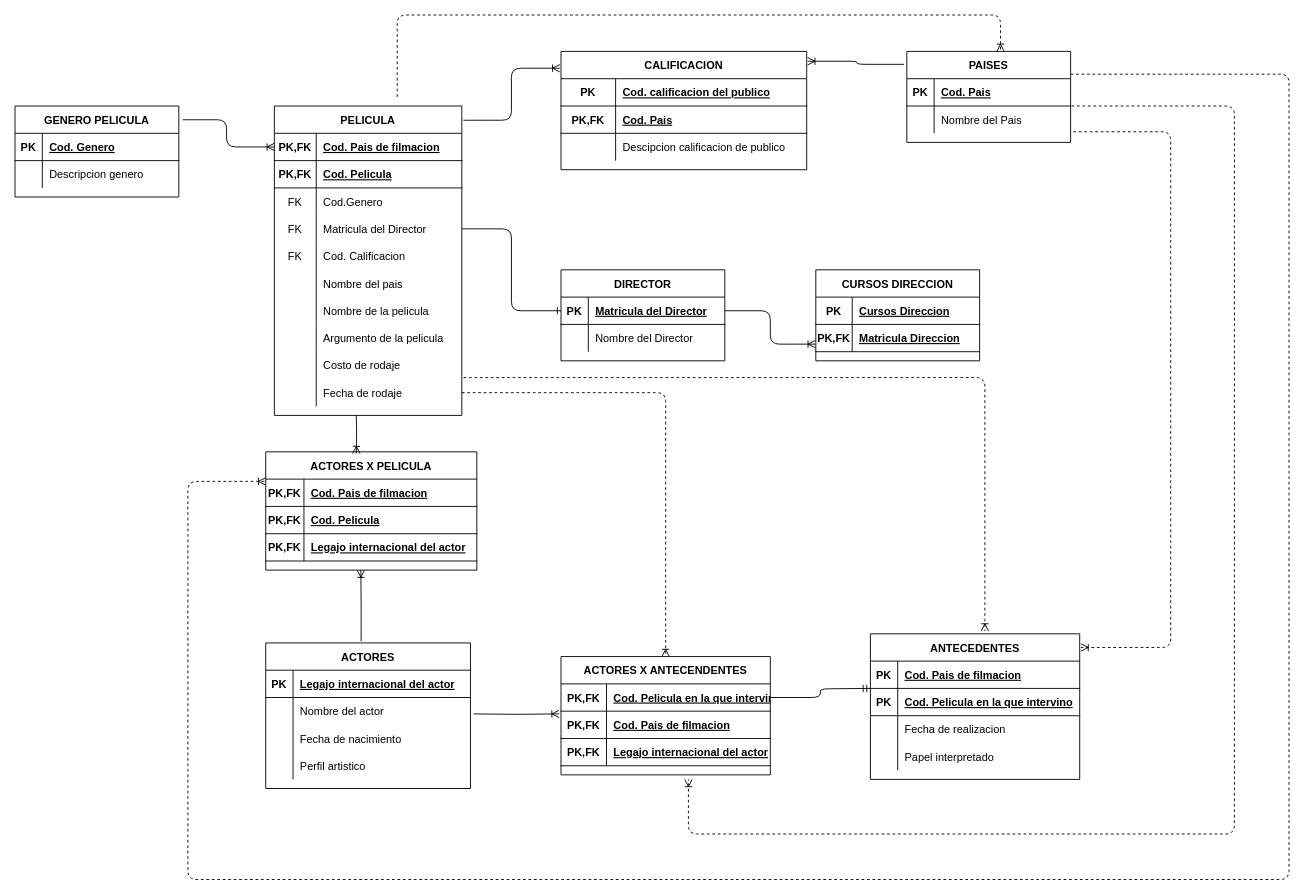
Earlier version of the draw.io diagram TPIII_Peliculas/DER.drawio (FedericoRocca/DyADDBB_1erCuatrimestre_2021). Source tidied: cells renumbered, new cells numbered last; positions are measured from the earlier drawing's top-left corner, leaving out a move shared by most shapes. Both pictures are drawn from the tidied source at 91%, with x=0, y=0 at pixel (15, 15).
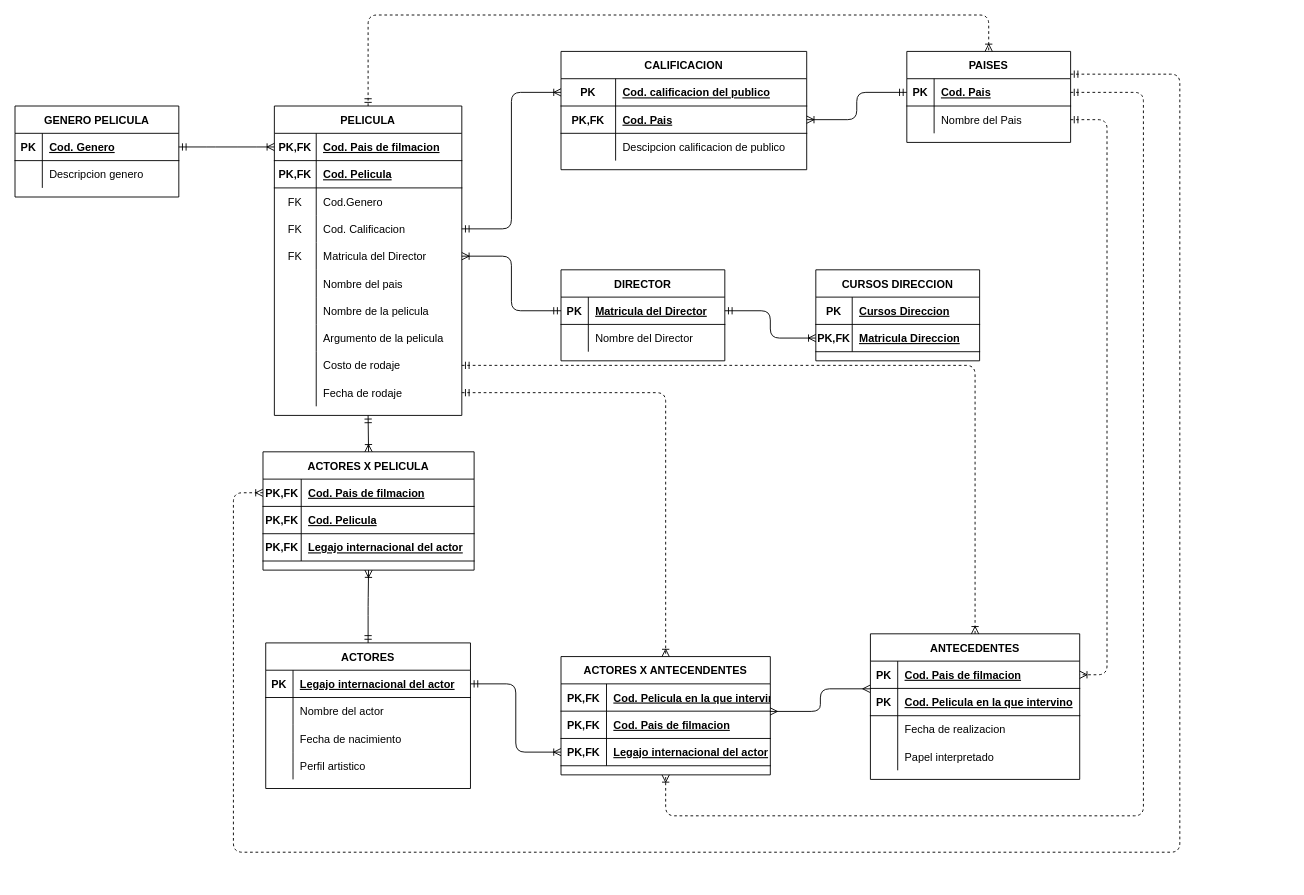
After the change.

Commit message:
Se corrigen relaciones en DER

The change refers to these unchanged cells:
```xml
<mxCell id="2" value="PELICULA" style="shape=table;startSize=30;childLayout=tableLayout;rowLines=0;fontStyle=1;align=center;" parent="1" vertex="1">
  <mxGeometry x="285" y="100" width="206" height="340" as="geometry" />
</mxCell>
<mxCell id="3" style="shape=partialRectangle;fillColor=none;top=0;left=0;bottom=1;right=0;points=[[0,0.5],[1,0.5]];portConstraint=eastwest;" parent="2" vertex="1">
  <mxGeometry y="30" width="206" height="30" as="geometry" />
</mxCell>
<mxCell id="27" style="shape=partialRectangle;fillColor=none;top=0;left=0;bottom=0;right=0;points=[[0,0.5],[1,0.5]];portConstraint=eastwest;" parent="2" vertex="1">
  <mxGeometry y="270" width="206" height="30" as="geometry" />
</mxCell>
<mxCell id="30" style="shape=partialRectangle;fillColor=none;top=0;left=0;bottom=0;right=0;points=[[0,0.5],[1,0.5]];portConstraint=eastwest;" parent="2" vertex="1">
  <mxGeometry y="300" width="206" height="30" as="geometry" />
</mxCell>
<mxCell id="33" value="GENERO PELICULA" style="shape=table;startSize=30;childLayout=tableLayout;rowLines=0;fontStyle=1;align=center;" parent="1" vertex="1">
  <mxGeometry y="100" width="180" height="100" as="geometry" />
</mxCell>
<mxCell id="34" style="shape=partialRectangle;fillColor=none;top=0;left=0;bottom=1;right=0;points=[[0,0.5],[1,0.5]];portConstraint=eastwest;" parent="33" vertex="1">
  <mxGeometry y="30" width="180" height="30" as="geometry" />
</mxCell>
<mxCell id="42" style="shape=partialRectangle;fillColor=none;top=0;left=0;bottom=1;right=0;points=[[0,0.5],[1,0.5]];portConstraint=eastwest;" parent="41" vertex="1">
  <mxGeometry y="30" width="180" height="30" as="geometry" />
</mxCell>
<mxCell id="49" value="ACTORES" style="shape=table;startSize=30;childLayout=tableLayout;rowLines=0;fontStyle=1;align=center;" parent="1" vertex="1">
  <mxGeometry x="275.5" y="690" width="225" height="160" as="geometry" />
</mxCell>
<mxCell id="50" style="shape=partialRectangle;fillColor=none;top=0;left=0;bottom=1;right=0;points=[[0,0.5],[1,0.5]];portConstraint=eastwest;" parent="49" vertex="1">
  <mxGeometry y="30" width="225" height="30" as="geometry" />
</mxCell>
<mxCell id="63" style="shape=partialRectangle;fillColor=none;top=0;left=0;bottom=1;right=0;points=[[0,0.5],[1,0.5]];portConstraint=eastwest;" parent="62" vertex="1">
  <mxGeometry y="30" width="232" height="30" as="geometry" />
</mxCell>
<mxCell id="74" value="ACTORES X ANTECENDENTES" style="shape=table;startSize=30;childLayout=tableLayout;rowLines=0;fontStyle=1;align=center;" parent="1" vertex="1">
  <mxGeometry x="600" y="705" width="230" height="130" as="geometry" />
</mxCell>
<mxCell id="75" style="shape=partialRectangle;fillColor=none;top=0;left=0;bottom=1;right=0;points=[[0,0.5],[1,0.5]];portConstraint=eastwest;" parent="74" vertex="1">
  <mxGeometry y="30" width="230" height="30" as="geometry" />
</mxCell>
<mxCell id="78" style="shape=partialRectangle;fillColor=none;top=0;left=0;bottom=1;right=0;points=[[0,0.5],[1,0.5]];portConstraint=eastwest;" parent="74" vertex="1">
  <mxGeometry y="60" width="230" height="30" as="geometry" />
</mxCell>
<mxCell id="81" style="shape=partialRectangle;fillColor=none;top=0;left=0;bottom=1;right=0;points=[[0,0.5],[1,0.5]];portConstraint=eastwest;" parent="74" vertex="1">
  <mxGeometry y="90" width="230" height="30" as="geometry" />
</mxCell>
<mxCell id="85" value="ANTECEDENTES" style="shape=table;startSize=30;childLayout=tableLayout;rowLines=0;fontStyle=1;align=center;" parent="1" vertex="1">
  <mxGeometry x="940" y="680" width="230" height="160" as="geometry" />
</mxCell>
<mxCell id="86" style="shape=partialRectangle;fillColor=none;top=0;left=0;bottom=1;right=0;points=[[0,0.5],[1,0.5]];portConstraint=eastwest;" parent="85" vertex="1">
  <mxGeometry y="30" width="230" height="30" as="geometry" />
</mxCell>
<mxCell id="99" value="CALIFICACION" style="shape=table;startSize=30;childLayout=tableLayout;rowLines=0;fontStyle=1;align=center;" parent="1" vertex="1">
  <mxGeometry x="600" y="40" width="270" height="130" as="geometry" />
</mxCell>
<mxCell id="100" style="shape=partialRectangle;fillColor=none;top=0;left=0;bottom=1;right=0;points=[[0,0.5],[1,0.5]];portConstraint=eastwest;" parent="99" vertex="1">
  <mxGeometry y="30" width="270" height="30" as="geometry" />
</mxCell>
<mxCell id="103" style="shape=partialRectangle;fillColor=none;top=0;left=0;bottom=1;right=0;points=[[0,0.5],[1,0.5]];portConstraint=eastwest;" parent="99" vertex="1">
  <mxGeometry y="60" width="270" height="30" as="geometry" />
</mxCell>
<mxCell id="109" value="PAISES" style="shape=table;startSize=30;childLayout=tableLayout;rowLines=0;fontStyle=1;align=center;" parent="1" vertex="1">
  <mxGeometry x="980" y="40" width="180" height="100" as="geometry" />
</mxCell>
<mxCell id="110" style="shape=partialRectangle;fillColor=none;top=0;left=0;bottom=1;right=0;points=[[0,0.5],[1,0.5]];portConstraint=eastwest;" parent="109" vertex="1">
  <mxGeometry y="30" width="180" height="30" as="geometry" />
</mxCell>
<mxCell id="113" style="shape=partialRectangle;fillColor=none;top=0;left=0;bottom=0;right=0;points=[[0,0.5],[1,0.5]];portConstraint=eastwest;" parent="109" vertex="1">
  <mxGeometry y="60" width="180" height="30" as="geometry" />
</mxCell>
<mxCell id="121" style="shape=partialRectangle;fillColor=none;top=0;left=0;bottom=1;right=0;points=[[0,0.5],[1,0.5]];portConstraint=eastwest;" parent="117" vertex="1">
  <mxGeometry y="60" width="180" height="30" as="geometry" />
</mxCell>
```

What changed in the source:
```diff
@@
+    <mxCell id="15" style="shape=partialRectangle;fillColor=none;top=0;left=0;bottom=0;right=0;points=[[0,0.5],[1,0.5]];portConstraint=eastwest;" parent="2" vertex="1">
+      <mxGeometry y="120" width="206" height="30" as="geometry" />
+    </mxCell>
+    <mxCell id="16" value="FK" style="shape=partialRectangle;fillColor=none;top=0;left=0;bottom=0;right=0;fontStyle=0;overflow=hidden;" parent="15" vertex="1">
+      <mxGeometry width="46" height="30" as="geometry" />
+    </mxCell>
+    <mxCell id="17" value="Cod. Calificacion" style="shape=partialRectangle;fillColor=none;top=0;left=0;bottom=0;right=0;align=left;spacingLeft=6;fontStyle=0;overflow=hidden;" parent="15" vertex="1">
+      <mxGeometry x="46" width="160" height="30" as="geometry" />
+    </mxCell>
     <mxCell id="12" style="shape=partialRectangle;fillColor=none;top=0;left=0;bottom=0;right=0;points=[[0,0.5],[1,0.5]];portConstraint=eastwest;" parent="2" vertex="1">
-      <mxGeometry y="120" width="206" height="30" as="geometry" />
+      <mxGeometry y="150" width="206" height="30" as="geometry" />
     </mxCell>
@@
-    <mxCell id="15" style="shape=partialRectangle;fillColor=none;top=0;left=0;bottom=0;right=0;points=[[0,0.5],[1,0.5]];portConstraint=eastwest;" parent="2" vertex="1">
-      <mxGeometry y="150" width="206" height="30" as="geometry" />
-    </mxCell>
-    <mxCell id="16" value="FK" style="shape=partialRectangle;fillColor=none;top=0;left=0;bottom=0;right=0;fontStyle=0;overflow=hidden;" parent="15" vertex="1">
-      <mxGeometry width="46" height="30" as="geometry" />
-    </mxCell>
-    <mxCell id="17" value="Cod. Calificacion" style="shape=partialRectangle;fillColor=none;top=0;left=0;bottom=0;right=0;align=left;spacingLeft=6;fontStyle=0;overflow=hidden;" parent="15" vertex="1">
-      <mxGeometry x="46" width="160" height="30" as="geometry" />
-    </mxCell>
@@
-    <mxCell id="40" style="endArrow=ERoneToMany;html=1;endFill=0;exitX=1.024;exitY=0.151;exitDx=0;exitDy=0;exitPerimeter=0;entryX=0;entryY=0.5;entryDx=0;entryDy=0;edgeStyle=orthogonalEdgeStyle;" parent="1" edge="1" source="33" target="3">
-      <mxGeometry relative="1" as="geometry" />
-    </mxCell>
@@
-    <mxCell id="48" style="endArrow=ERone;html=1;endFill=0;exitX=1;exitY=0.5;exitDx=0;exitDy=0;entryX=0;entryY=0.5;entryDx=0;entryDy=0;edgeStyle=orthogonalEdgeStyle;" parent="1" edge="1" source="12" target="42">
-      <mxGeometry relative="1" as="geometry" />
-    </mxCell>
@@
     <mxCell id="62" value="ACTORES X PELICULA" style="shape=table;startSize=30;childLayout=tableLayout;rowLines=0;fontStyle=1;align=center;" parent="1" vertex="1">
-      <mxGeometry x="275.5" y="480" width="232" height="130" as="geometry" />
+      <mxGeometry x="272.5" y="480" width="232" height="130" as="geometry" />
     </mxCell>
@@
-    <mxCell id="72" style="endArrow=ERoneToMany;html=1;endFill=0;entryX=0.429;entryY=0.015;entryDx=0;entryDy=0;entryPerimeter=0;edgeStyle=orthogonalEdgeStyle;" parent="1" edge="1" target="62">
-      <mxGeometry relative="1" as="geometry">
-        <mxPoint x="375" y="440" as="sourcePoint" />
-      </mxGeometry>
-    </mxCell>
-    <mxCell id="73" style="endArrow=ERoneToMany;html=1;exitX=0.466;exitY=-0.013;exitDx=0;exitDy=0;endFill=0;edgeStyle=orthogonalEdgeStyle;exitPerimeter=0;" parent="1" edge="1" source="49">
-      <mxGeometry relative="1" as="geometry">
-        <mxPoint x="380" y="610" as="targetPoint" />
-      </mxGeometry>
-    </mxCell>
@@
-    <mxCell id="84" style="endArrow=ERoneToMany;html=1;endFill=0;entryX=-0.009;entryY=0.1;entryDx=0;entryDy=0;entryPerimeter=0;edgeStyle=orthogonalEdgeStyle;" parent="1" edge="1" target="78">
-      <mxGeometry relative="1" as="geometry">
-        <mxPoint x="504" y="768" as="sourcePoint" />
-      </mxGeometry>
-    </mxCell>
@@
-    <mxCell id="98" style="endArrow=ERoneToMany;html=1;endFill=0;exitX=1.009;exitY=0.046;exitDx=0;exitDy=0;exitPerimeter=0;entryX=-0.005;entryY=0.142;entryDx=0;entryDy=0;entryPerimeter=0;edgeStyle=orthogonalEdgeStyle;" parent="1" edge="1" source="2" target="99">
-      <mxGeometry relative="1" as="geometry" />
-    </mxCell>
@@
-    <mxCell id="116" style="endArrow=ERoneToMany;html=1;exitX=-0.017;exitY=0.142;exitDx=0;exitDy=0;exitPerimeter=0;entryX=1.004;entryY=0.083;entryDx=0;entryDy=0;entryPerimeter=0;endFill=0;edgeStyle=orthogonalEdgeStyle;" parent="1" edge="1" source="109" target="99">
-      <mxGeometry relative="1" as="geometry" />
-    </mxCell>
@@
+    <mxCell id="132" style="edgeStyle=entityRelationEdgeStyle;fontSize=12;html=1;endArrow=ERoneToMany;startArrow=ERmandOne;entryX=0;entryY=0.5;entryDx=0;entryDy=0;exitX=1;exitY=0.5;exitDx=0;exitDy=0;" parent="1" edge="1" source="34" target="3">
+      <mxGeometry relative="1" as="geometry" />
+    </mxCell>
+    <mxCell id="133" style="edgeStyle=orthogonalEdgeStyle;fontSize=12;html=1;endArrow=ERoneToMany;startArrow=ERmandOne;entryX=1;entryY=0.5;entryDx=0;entryDy=0;exitX=0;exitY=0.5;exitDx=0;exitDy=0;" parent="1" edge="1" source="110" target="103">
+      <mxGeometry relative="1" as="geometry" />
+    </mxCell>
-    <mxCell id="124" style="endArrow=ERoneToMany;html=1;endFill=0;exitX=1;exitY=0.5;exitDx=0;exitDy=0;entryX=-0.003;entryY=0.722;entryDx=0;entryDy=0;entryPerimeter=0;edgeStyle=orthogonalEdgeStyle;" parent="1" edge="1" source="42" target="121">
+    <mxCell id="124" style="edgeStyle=orthogonalEdgeStyle;fontSize=12;html=1;endArrow=ERoneToMany;startArrow=ERmandOne;exitX=1;exitY=0.5;exitDx=0;exitDy=0;entryX=0;entryY=0.5;entryDx=0;entryDy=0;" parent="1" edge="1" source="42" target="121">
       <mxGeometry relative="1" as="geometry" />
     </mxCell>
-    <mxCell id="125" style="endArrow=ERmandOne;html=1;exitX=1;exitY=0.5;exitDx=0;exitDy=0;endFill=0;entryX=-0.009;entryY=0.1;entryDx=0;entryDy=0;entryPerimeter=0;edgeStyle=orthogonalEdgeStyle;" parent="1" edge="1" source="75">
-      <mxGeometry relative="1" as="geometry">
-        <mxPoint x="940" y="740" as="targetPoint" />
-      </mxGeometry>
-    </mxCell>
+    <mxCell id="134" style="fontSize=12;html=1;endArrow=ERoneToMany;startArrow=ERmandOne;entryX=0.5;entryY=1;entryDx=0;entryDy=0;exitX=0.5;exitY=0;exitDx=0;exitDy=0;edgeStyle=orthogonalEdgeStyle;" parent="1" edge="1" source="49" target="62">
+      <mxGeometry relative="1" as="geometry" />
+    </mxCell>
+    <mxCell id="135" style="fontSize=12;html=1;endArrow=ERmany;startArrow=ERmany;exitX=-0.002;exitY=1.015;exitDx=0;exitDy=0;exitPerimeter=0;entryX=0.999;entryY=1.009;entryDx=0;entryDy=0;entryPerimeter=0;edgeStyle=elbowEdgeStyle;" parent="1" edge="1" source="86" target="75">
+      <mxGeometry relative="1" as="geometry" />
+    </mxCell>
+    <mxCell id="136" style="edgeStyle=orthogonalEdgeStyle;fontSize=12;html=1;endArrow=ERoneToMany;startArrow=ERmandOne;exitX=1;exitY=0.5;exitDx=0;exitDy=0;entryX=0;entryY=0.5;entryDx=0;entryDy=0;" parent="1" edge="1" source="50" target="81">
+      <mxGeometry relative="1" as="geometry" />
+    </mxCell>
+    <mxCell id="137" style="fontSize=12;html=1;endArrow=ERoneToMany;startArrow=ERmandOne;exitX=0.5;exitY=1;exitDx=0;exitDy=0;entryX=0.5;entryY=0;entryDx=0;entryDy=0;" parent="1" edge="1" source="2" target="62">
+      <mxGeometry relative="1" as="geometry" />
+    </mxCell>
+    <mxCell id="138" style="edgeStyle=orthogonalEdgeStyle;fontSize=12;html=1;endArrow=ERoneToMany;startArrow=ERmandOne;entryX=1;entryY=0.5;entryDx=0;entryDy=0;exitX=0;exitY=0.5;exitDx=0;exitDy=0;" parent="1" edge="1" source="42" target="12">
+      <mxGeometry relative="1" as="geometry" />
+    </mxCell>
+    <mxCell id="139" style="edgeStyle=orthogonalEdgeStyle;fontSize=12;html=1;endArrow=ERoneToMany;startArrow=ERmandOne;entryX=0;entryY=0.5;entryDx=0;entryDy=0;exitX=1;exitY=0.5;exitDx=0;exitDy=0;" parent="1" edge="1" source="15" target="100">
+      <mxGeometry relative="1" as="geometry" />
+    </mxCell>
+    <mxCell id="140" style="edgeStyle=orthogonalEdgeStyle;fontSize=12;html=1;endArrow=ERoneToMany;startArrow=ERmandOne;dashed=1;exitX=0.5;exitY=0;exitDx=0;exitDy=0;entryX=0.5;entryY=0;entryDx=0;entryDy=0;" parent="1" edge="1" source="2" target="109">
+      <mxGeometry relative="1" as="geometry">
+        <Array as="points">
+          <mxPoint x="388" />
+          <mxPoint x="1070" />
+        </Array>
+      </mxGeometry>
+    </mxCell>
+    <mxCell id="141" style="edgeStyle=orthogonalEdgeStyle;fontSize=12;html=1;endArrow=ERoneToMany;startArrow=ERmandOne;dashed=1;exitX=1;exitY=0.5;exitDx=0;exitDy=0;entryX=1;entryY=0.5;entryDx=0;entryDy=0;" parent="1" edge="1" source="113" target="86">
+      <mxGeometry relative="1" as="geometry">
+        <Array as="points">
+          <mxPoint x="1200" y="115" />
+          <mxPoint x="1200" y="725" />
+        </Array>
+      </mxGeometry>
+    </mxCell>
+    <mxCell id="142" style="edgeStyle=orthogonalEdgeStyle;fontSize=12;html=1;endArrow=ERoneToMany;startArrow=ERmandOne;dashed=1;entryX=0.5;entryY=1;entryDx=0;entryDy=0;exitX=1;exitY=0.5;exitDx=0;exitDy=0;" parent="1" edge="1" source="110" target="74">
+      <mxGeometry relative="1" as="geometry">
+        <Array as="points">
+          <mxPoint x="1240" y="85" />
+          <mxPoint x="1240" y="880" />
+          <mxPoint x="715" y="880" />
+        </Array>
+      </mxGeometry>
+    </mxCell>
+    <mxCell id="143" style="edgeStyle=orthogonalEdgeStyle;fontSize=12;html=1;endArrow=ERoneToMany;startArrow=ERmandOne;dashed=1;entryX=0;entryY=0.5;entryDx=0;entryDy=0;exitX=1;exitY=0.25;exitDx=0;exitDy=0;" parent="1" edge="1" source="109" target="63">
+      <mxGeometry relative="1" as="geometry">
+        <Array as="points">
+          <mxPoint x="1280" y="65" />
+          <mxPoint x="1280" y="920" />
+          <mxPoint x="240" y="920" />
+          <mxPoint x="240" y="525" />
+        </Array>
+      </mxGeometry>
+    </mxCell>
-    <mxCell id="126" style="endArrow=ERoneToMany;html=1;exitX=1;exitY=0.5;exitDx=0;exitDy=0;endFill=0;edgeStyle=orthogonalEdgeStyle;dashed=1;" parent="1" edge="1" source="30" target="74">
+    <mxCell id="126" style="edgeStyle=orthogonalEdgeStyle;fontSize=12;html=1;endArrow=ERoneToMany;startArrow=ERmandOne;dashed=1;entryX=0.5;entryY=0;entryDx=0;entryDy=0;exitX=1;exitY=0.5;exitDx=0;exitDy=0;" parent="1" edge="1" source="30" target="74">
       <mxGeometry relative="1" as="geometry" />
     </mxCell>
-    <mxCell id="127" style="endArrow=ERoneToMany;html=1;exitX=1.009;exitY=-0.052;exitDx=0;exitDy=0;endFill=0;edgeStyle=orthogonalEdgeStyle;dashed=1;entryX=0.547;entryY=-0.019;entryDx=0;entryDy=0;entryPerimeter=0;exitPerimeter=0;" parent="1" edge="1" source="30" target="85">
-      <mxGeometry relative="1" as="geometry" />
-    </mxCell>
-    <mxCell id="128" style="endArrow=ERoneToMany;html=1;exitX=1.017;exitY=0.944;exitDx=0;exitDy=0;endFill=0;edgeStyle=orthogonalEdgeStyle;dashed=1;entryX=1.006;entryY=0.094;entryDx=0;entryDy=0;entryPerimeter=0;exitPerimeter=0;" parent="1" edge="1" source="113" target="85">
-      <mxGeometry relative="1" as="geometry">
-        <Array as="points">
-          <mxPoint x="1270" y="128" />
-          <mxPoint x="1270" y="695" />
-        </Array>
-      </mxGeometry>
-    </mxCell>
-    <mxCell id="129" style="endArrow=ERoneToMany;html=1;endFill=0;edgeStyle=orthogonalEdgeStyle;dashed=1;entryX=0.572;entryY=0;entryDx=0;entryDy=0;entryPerimeter=0;" parent="1" edge="1" target="109">
-      <mxGeometry relative="1" as="geometry">
-        <mxPoint x="420" y="90" as="sourcePoint" />
-        <Array as="points">
-          <mxPoint x="420" />
-          <mxPoint x="1083" />
-        </Array>
-      </mxGeometry>
-    </mxCell>
-    <mxCell id="130" style="endArrow=ERoneToMany;html=1;endFill=0;edgeStyle=orthogonalEdgeStyle;dashed=1;" parent="1" edge="1">
-      <mxGeometry relative="1" as="geometry">
-        <mxPoint x="1161" y="100" as="sourcePoint" />
-        <mxPoint x="740" y="840" as="targetPoint" />
-        <Array as="points">
-          <mxPoint x="1161" y="100" />
-          <mxPoint x="1340" y="100" />
-          <mxPoint x="1340" y="900" />
-          <mxPoint x="740" y="900" />
-        </Array>
-      </mxGeometry>
-    </mxCell>
-    <mxCell id="131" style="endArrow=ERoneToMany;html=1;endFill=0;edgeStyle=orthogonalEdgeStyle;dashed=1;exitX=1;exitY=0.25;exitDx=0;exitDy=0;entryX=0;entryY=0.25;entryDx=0;entryDy=0;" parent="1" edge="1" source="109" target="62">
-      <mxGeometry relative="1" as="geometry">
-        <Array as="points">
-          <mxPoint x="1400" y="65" />
-          <mxPoint x="1400" y="950" />
-          <mxPoint x="190" y="950" />
-          <mxPoint x="190" y="513" />
-        </Array>
-      </mxGeometry>
-    </mxCell>
+    <mxCell id="144" style="edgeStyle=orthogonalEdgeStyle;fontSize=12;html=1;endArrow=ERoneToMany;startArrow=ERmandOne;dashed=1;exitX=1;exitY=0.5;exitDx=0;exitDy=0;entryX=0.5;entryY=0;entryDx=0;entryDy=0;" parent="1" edge="1" source="27" target="85">
+      <mxGeometry relative="1" as="geometry" />
+    </mxCell>
```
